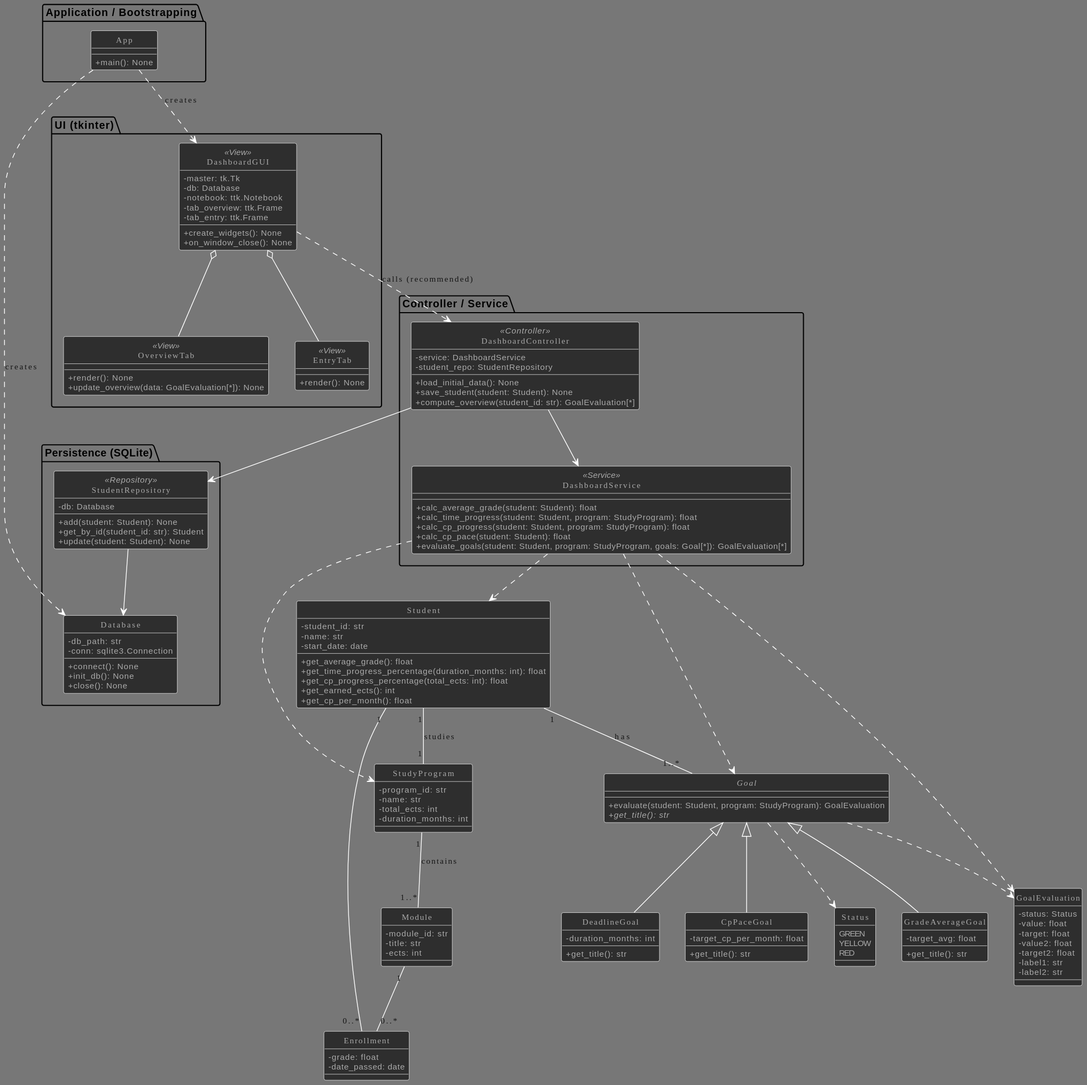
Earlier version of the PlantUML export out/EntidyUML/DashboardUML_Expanded.svg (peter-wolf72/IU-Dashboard).
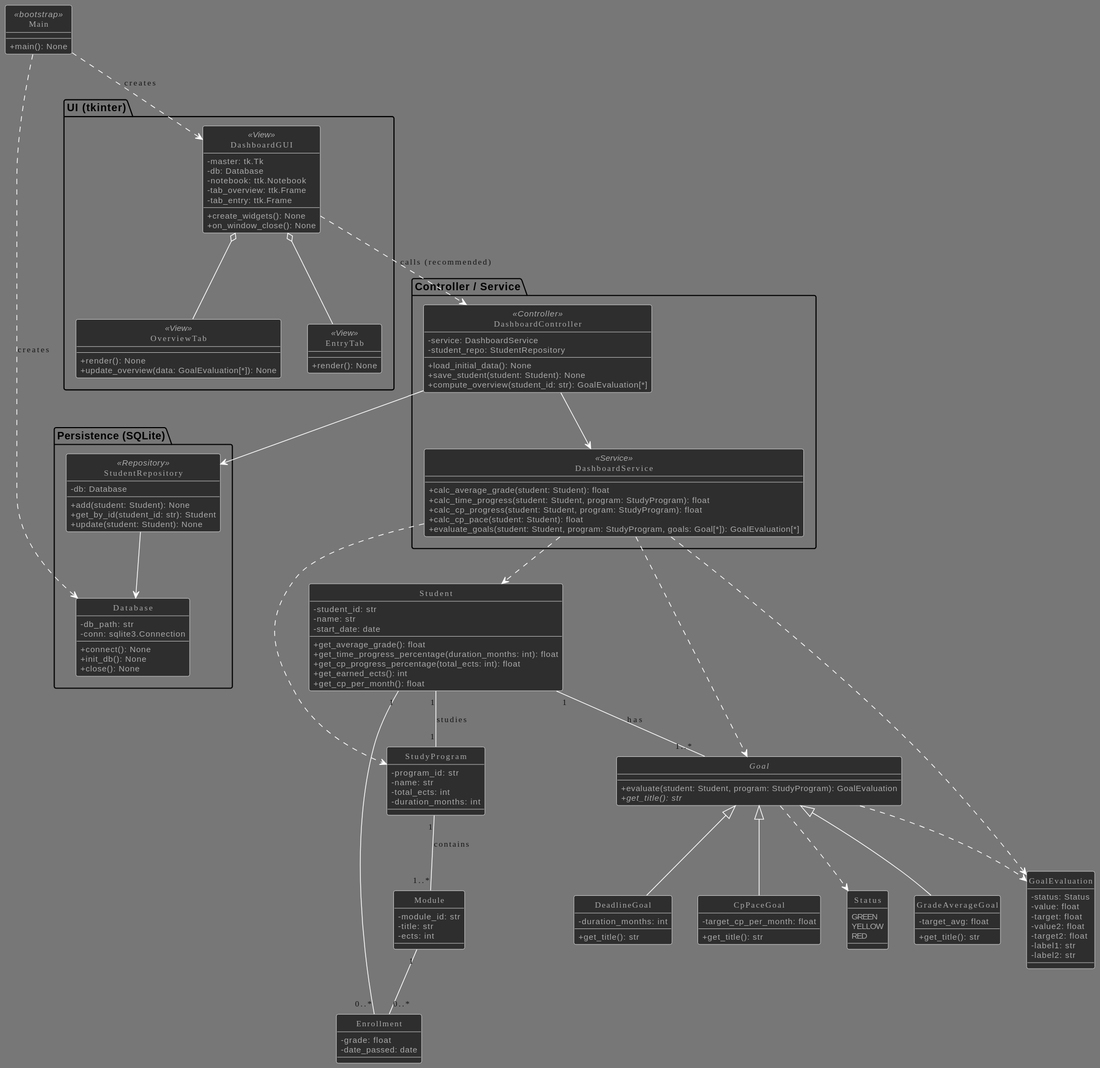
Above is the later version.

What changed in the source:
```diff
@@ -86,11 +86,10 @@
 
 
 
-package "Application / Bootstrapping" {
-  class App {
-    +main(): None
-  }
+class Main <<bootstrap>> {
+  +main(): None
 }
+
 
 package "UI (tkinter)" {
   class DashboardGUI <<View>> {
@@ -153,8 +152,9 @@
 }
 
 
-App ..> Database : creates
-App ..> DashboardGUI : creates
+Main ..> Database : creates
+Main ..> DashboardGUI : creates
+
 
 DashboardGUI ..> DashboardController : calls (recommended)
 
```
